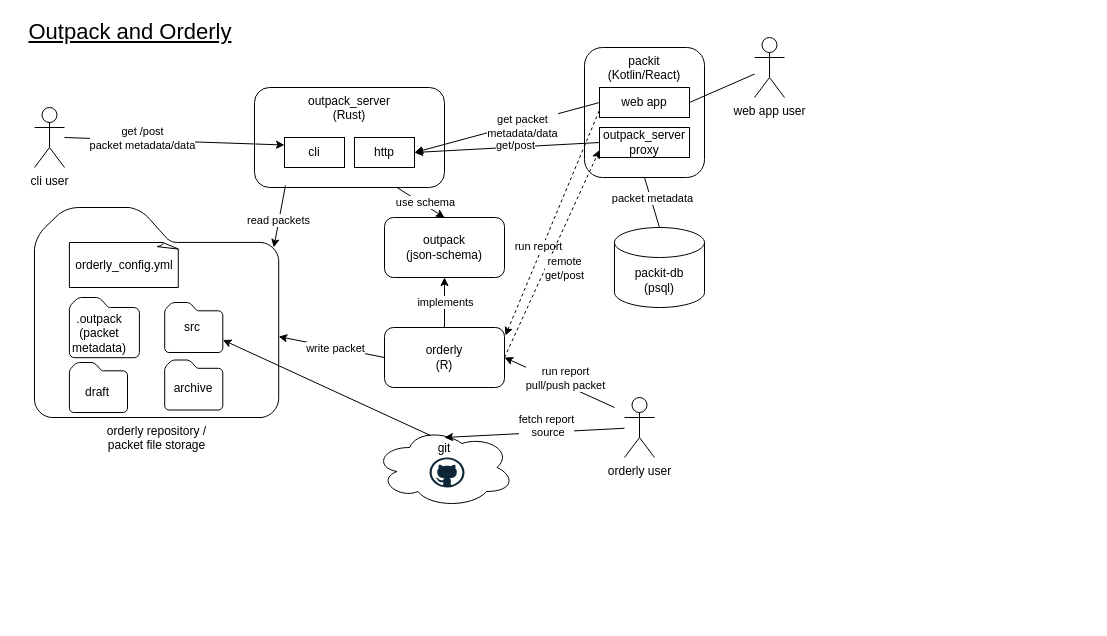
This is docs/diagrams/OutpackOrderly.drawio from mrc-ide/outpack, a draw.io file, before an edit. Source tidied: cells renumbered, new cells numbered last; positions are measured from the earlier drawing's top-left corner, leaving out a move shared by most shapes. Both pictures are drawn from the tidied source at 100%, with x=0, y=0 at pixel (16, 17).
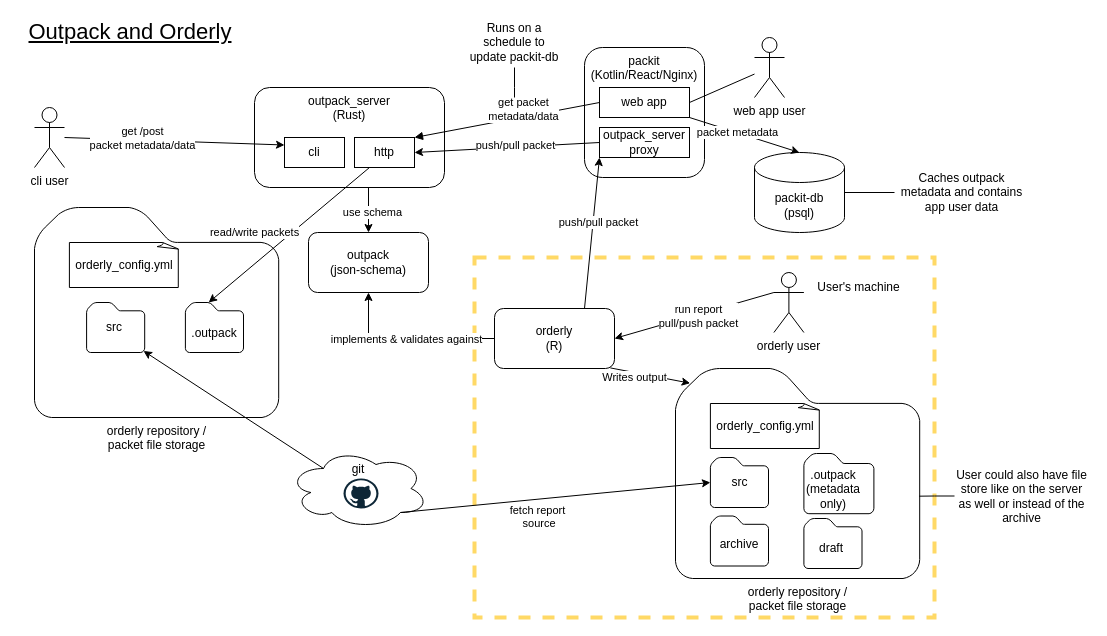
The same diagram, later.

Commit message (it also covers changes not shown here):
Iterate diagram

Unchanged cells that the change refers to:
```xml
<mxCell id="7" value="&lt;div&gt;outpack_server&lt;/div&gt;&lt;div&gt;(Rust)&lt;br&gt;&lt;/div&gt;" style="rounded=1;whiteSpace=wrap;html=1;verticalAlign=top;align=center;" parent="6" vertex="1">
  <mxGeometry width="190" height="100" as="geometry" />
</mxCell>
<mxCell id="8" value="http" style="rounded=0;whiteSpace=wrap;html=1;" parent="6" vertex="1">
  <mxGeometry x="100" y="50" width="60" height="30" as="geometry" />
</mxCell>
<mxCell id="10" value="&lt;div&gt;orderly repository /&lt;br&gt;&lt;/div&gt;&lt;div&gt;packet file storage&lt;/div&gt;" style="sketch=0;shadow=0;dashed=0;html=1;strokeColor=default;labelPosition=center;verticalLabelPosition=bottom;verticalAlign=top;align=center;fillColor=none;shape=mxgraph.mscae.enterprise.folder;" parent="1" vertex="1">
  <mxGeometry x="18" y="190" width="244.2" height="210" as="geometry" />
</mxCell>
<mxCell id="17" value="web app" style="rounded=0;whiteSpace=wrap;html=1;" parent="1" vertex="1">
  <mxGeometry x="583" y="70" width="90" height="30" as="geometry" />
</mxCell>
<mxCell id="18" value="&lt;div&gt;outpack_server&lt;/div&gt;&lt;div&gt;proxy&lt;br&gt;&lt;/div&gt;" style="rounded=0;whiteSpace=wrap;html=1;" parent="1" vertex="1">
  <mxGeometry x="583" y="110" width="90" height="30" as="geometry" />
</mxCell>
<mxCell id="19" style="endArrow=classic;html=1;rounded=0;exitX=0;exitY=0.5;exitDx=0;exitDy=0;" parent="1" edge="1" source="18">
  <mxGeometry relative="1" as="geometry">
    <mxPoint x="398" y="135" as="targetPoint" />
  </mxGeometry>
</mxCell>
<mxCell id="30" value="&lt;div align=&quot;center&quot;&gt;git&lt;/div&gt;" style="ellipse;shape=cloud;whiteSpace=wrap;html=1;align=center;verticalAlign=top;horizontal=1;spacingTop=7;" parent="29" vertex="1">
  <mxGeometry width="140" height="80" as="geometry" />
</mxCell>
```

Diff of the diagram source:
```diff
@@
+    <mxCell id="59" style="rounded=0;whiteSpace=wrap;html=1;dashed=1;strokeColor=#FFD966;strokeWidth=4;" parent="1" vertex="1">
+      <mxGeometry x="458" y="240" width="460" height="360" as="geometry" />
+    </mxCell>
-    <mxCell id="2" value="&lt;div&gt;packit&lt;/div&gt;&lt;div&gt;(Kotlin/React)&lt;br&gt;&lt;/div&gt;" style="rounded=1;whiteSpace=wrap;html=1;verticalAlign=top;align=center;" parent="1" vertex="1">
+    <mxCell id="2" value="&lt;div&gt;packit&lt;/div&gt;&lt;div&gt;(Kotlin/React/Nginx)&lt;br&gt;&lt;/div&gt;" style="rounded=1;whiteSpace=wrap;html=1;verticalAlign=top;align=center;" parent="1" vertex="1">
       <mxGeometry x="568" y="30" width="120" height="130" as="geometry" />
     </mxCell>
     <mxCell id="3" value="&lt;div&gt;packit-db&lt;/div&gt;&lt;div&gt;(psql)&lt;br&gt;&lt;/div&gt;" style="shape=cylinder3;whiteSpace=wrap;html=1;boundedLbl=1;backgroundOutline=1;size=15;" parent="1" vertex="1">
-      <mxGeometry x="598" y="210" width="90" height="80" as="geometry" />
+      <mxGeometry x="738" y="135" width="90" height="80" as="geometry" />
     </mxCell>
-    <mxCell id="4" style="endArrow=none;html=1;rounded=0;entryX=0.5;entryY=1;entryDx=0;entryDy=0;exitX=0.5;exitY=0;exitDx=0;exitDy=0;exitPerimeter=0;" parent="1" edge="1" source="3" target="2">
+    <mxCell id="4" style="endArrow=none;html=1;rounded=0;entryX=1;entryY=1;entryDx=0;entryDy=0;exitX=0.5;exitY=0;exitDx=0;exitDy=0;exitPerimeter=0;startArrow=classic;startFill=1;" parent="1" edge="1" source="3" target="17">
       <mxGeometry relative="1" as="geometry" />
     </mxCell>
@@
-    <mxCell id="11" style="endArrow=none;html=1;rounded=0;entryX=0;entryY=0.5;entryDx=0;entryDy=0;exitX=1;exitY=0.5;exitDx=0;exitDy=0;startArrow=block;startFill=1;" parent="1" edge="1" source="8" target="17">
+    <mxCell id="11" style="endArrow=none;html=1;rounded=0;entryX=0;entryY=0.5;entryDx=0;entryDy=0;exitX=1;exitY=0;exitDx=0;exitDy=0;startArrow=block;startFill=1;" parent="1" edge="1" source="8" target="17">
       <mxGeometry relative="1" as="geometry" />
     </mxCell>
     <mxCell id="12" value="&lt;div&gt;get packet&lt;/div&gt;&lt;div&gt;metadata/data&lt;br&gt;&lt;/div&gt;" style="edgeLabel;html=1;align=center;verticalAlign=middle;" parent="11" vertex="1">
       <mxGeometry x="-0.08" y="-3" relative="1" as="geometry">
-        <mxPoint x="22" y="-6" as="offset" />
+        <mxPoint x="22" y="-15" as="offset" />
       </mxGeometry>
     </mxCell>
@@
-    <mxCell id="20" value="get/post" style="edgeLabel;html=1;align=center;verticalAlign=middle;" parent="19" vertex="1">
+    <mxCell id="20" value="push/pull packet" style="edgeLabel;html=1;align=center;verticalAlign=middle;" parent="19" vertex="1">
       <mxGeometry x="-0.08" y="-2" relative="1" as="geometry" />
     </mxCell>
@@
-    <mxCell id="22" style="edgeStyle=orthogonalEdgeStyle;rounded=0;jettySize=auto;html=1;exitX=0.5;exitY=0;exitDx=0;exitDy=0;" parent="1" edge="1" source="24" target="32">
+    <mxCell id="22" style="edgeStyle=orthogonalEdgeStyle;rounded=0;jettySize=auto;html=1;exitX=0;exitY=0.5;exitDx=0;exitDy=0;" parent="1" edge="1" source="24" target="32">
       <mxGeometry relative="1" as="geometry" />
     </mxCell>
-    <mxCell id="23" value="&lt;div&gt;implements&lt;/div&gt;" style="edgeLabel;html=1;align=center;verticalAlign=middle;" parent="22" vertex="1">
+    <mxCell id="23" value="&lt;div&gt;implements &amp;amp; validates against&lt;/div&gt;" style="edgeLabel;html=1;align=center;verticalAlign=middle;" parent="22" vertex="1">
       <mxGeometry x="0.04" relative="1" as="geometry" />
     </mxCell>
     <mxCell id="24" value="&lt;div&gt;orderly&lt;/div&gt;(R)" style="rounded=1;whiteSpace=wrap;html=1;" parent="1" vertex="1">
-      <mxGeometry x="368" y="310" width="120" height="60" as="geometry" />
+      <mxGeometry x="478" y="291" width="120" height="60" as="geometry" />
     </mxCell>
-    <mxCell id="25" style="endArrow=none;html=1;rounded=0;entryX=0.75;entryY=1;entryDx=0;entryDy=0;exitX=0.5;exitY=0;exitDx=0;exitDy=0;endFill=0;startArrow=classic;startFill=1;" parent="1" edge="1" source="32" target="7">
+    <mxCell id="25" style="endArrow=none;html=1;rounded=0;entryX=0.6;entryY=1;entryDx=0;entryDy=0;exitX=0.5;exitY=0;exitDx=0;exitDy=0;endFill=0;startArrow=classic;startFill=1;entryPerimeter=0;" parent="1" edge="1" source="32" target="7">
       <mxGeometry relative="1" as="geometry" />
     </mxCell>
@@
-    <mxCell id="27" style="endArrow=classic;html=1;rounded=0;exitX=0;exitY=0.5;exitDx=0;exitDy=0;" parent="1" edge="1" source="24" target="10">
+    <mxCell id="27" style="endArrow=classic;html=1;rounded=0;exitX=0.75;exitY=0;exitDx=0;exitDy=0;entryX=0;entryY=1;entryDx=0;entryDy=0;" parent="1" edge="1" source="24" target="18">
       <mxGeometry relative="1" as="geometry" />
     </mxCell>
-    <mxCell id="28" value="&lt;div&gt;write packet&lt;/div&gt;" style="edgeLabel;html=1;align=center;verticalAlign=middle;" parent="27" vertex="1">
+    <mxCell id="28" value="&lt;div&gt;push/pull packet&lt;/div&gt;" style="edgeLabel;html=1;align=center;verticalAlign=middle;" parent="27" vertex="1">
       <mxGeometry x="0.2" y="-1" relative="1" as="geometry">
-        <mxPoint x="14" y="4" as="offset" />
+        <mxPoint x="4" y="4" as="offset" />
       </mxGeometry>
     </mxCell>
     <mxCell id="29" style="group;" parent="1" vertex="1">
-      <mxGeometry x="358" y="410" width="140" height="80" as="geometry" />
+      <mxGeometry x="272" y="431" width="140" height="80" as="geometry" />
     </mxCell>
@@
     <mxCell id="32" value="&lt;div&gt;outpack&lt;/div&gt;&lt;div&gt;(json-schema)&lt;br&gt;&lt;/div&gt;" style="rounded=1;whiteSpace=wrap;html=1;" parent="1" vertex="1">
-      <mxGeometry x="368" y="200" width="120" height="60" as="geometry" />
+      <mxGeometry x="292" y="215" width="120" height="60" as="geometry" />
     </mxCell>
-    <mxCell id="33" style="endArrow=classic;html=1;rounded=0;" parent="1" edge="1" source="44">
-      <mxGeometry relative="1" as="geometry">
-        <mxPoint x="428" y="420" as="targetPoint" />
-      </mxGeometry>
-    </mxCell>
-    <mxCell id="34" value="&lt;div&gt;fetch report&lt;/div&gt;&lt;div&gt;&amp;nbsp;source&lt;/div&gt;&lt;div&gt;&lt;br&gt;&lt;/div&gt;" style="edgeLabel;html=1;align=center;verticalAlign=middle;" parent="33" vertex="1">
-      <mxGeometry x="-0.12" relative="1" as="geometry" />
-    </mxCell>
-    <mxCell id="35" style="endArrow=classic;html=1;rounded=0;exitX=0.163;exitY=0.98;exitDx=0;exitDy=0;exitPerimeter=0;entryX=0.98;entryY=0.19;entryDx=0;entryDy=0;entryPerimeter=0;" parent="1" edge="1" source="7" target="10">
-      <mxGeometry relative="1" as="geometry" />
-    </mxCell>
-    <mxCell id="36" value="read packets" style="edgeLabel;html=1;align=center;verticalAlign=middle;" parent="35" vertex="1">
-      <mxGeometry x="0.11" y="-1" relative="1" as="geometry" />
-    </mxCell>
@@
-    <mxCell id="38" style="group;" parent="1" vertex="1">
-      <mxGeometry x="52.9" y="290" width="70" height="110" as="geometry" />
-    </mxCell>
-    <mxCell id="39" style="sketch=0;shadow=0;dashed=0;html=1;strokeColor=default;labelPosition=center;verticalLabelPosition=bottom;verticalAlign=middle;align=center;fillColor=none;shape=mxgraph.mscae.enterprise.folder;" parent="38" vertex="1">
-      <mxGeometry y="-10" width="70" height="60.2" as="geometry" />
-    </mxCell>
-    <mxCell id="40" value="&lt;div&gt;.outpack&lt;/div&gt;&lt;div&gt;(packet metadata)&lt;br&gt;&lt;/div&gt;" style="text;html=1;strokeColor=none;fillColor=none;align=center;verticalAlign=middle;whiteSpace=wrap;rounded=0;" parent="38" vertex="1">
-      <mxGeometry x="-10" y="15.8" width="80" height="20.9" as="geometry" />
-    </mxCell>
-    <mxCell id="41" style="group;" parent="38" vertex="1">
-      <mxGeometry y="55" width="65.1" height="55" as="geometry" />
-    </mxCell>
-    <mxCell id="42" style="sketch=0;shadow=0;dashed=0;html=1;strokeColor=default;labelPosition=center;verticalLabelPosition=bottom;verticalAlign=middle;align=center;fillColor=none;shape=mxgraph.mscae.enterprise.folder;" parent="41" vertex="1">
-      <mxGeometry width="58.1" height="50" as="geometry" />
-    </mxCell>
-    <mxCell id="43" value="draft" style="text;html=1;strokeColor=none;fillColor=none;align=center;verticalAlign=middle;whiteSpace=wrap;rounded=0;" parent="41" vertex="1">
-      <mxGeometry y="15.8" width="56" height="27.5" as="geometry" />
-    </mxCell>
     <mxCell id="44" value="orderly user" style="shape=umlActor;verticalLabelPosition=bottom;verticalAlign=top;html=1;outlineConnect=0;" parent="1" vertex="1">
-      <mxGeometry x="608" y="380" width="30" height="60" as="geometry" />
+      <mxGeometry x="757.4" y="255" width="30" height="60" as="geometry" />
     </mxCell>
-    <mxCell id="45" style="endArrow=none;html=1;rounded=0;exitX=1;exitY=0.5;exitDx=0;exitDy=0;endFill=0;startArrow=classic;startFill=1;" parent="1" edge="1" source="24">
-      <mxGeometry relative="1" as="geometry">
-        <mxPoint x="598" y="390" as="targetPoint" />
-      </mxGeometry>
+    <mxCell id="45" style="endArrow=none;html=1;rounded=0;exitX=1;exitY=0.5;exitDx=0;exitDy=0;endFill=0;startArrow=classic;startFill=1;entryX=0;entryY=0.3333333333333333;entryDx=0;entryDy=0;entryPerimeter=0;" parent="1" edge="1" source="24" target="44">
+      <mxGeometry relative="1" as="geometry" />
     </mxCell>
     <mxCell id="46" value="&lt;div&gt;run report&lt;/div&gt;&lt;div&gt;pull/push packet&lt;br&gt;&lt;/div&gt;" style="edgeLabel;html=1;align=center;verticalAlign=middle;" parent="45" vertex="1">
       <mxGeometry x="-0.24" y="-1" relative="1" as="geometry">
-        <mxPoint x="19" y="1" as="offset" />
+        <mxPoint x="23" y="-6" as="offset" />
       </mxGeometry>
     </mxCell>
-    <mxCell id="47" style="endArrow=none;dashed=1;html=1;rounded=0;entryX=0;entryY=0.75;entryDx=0;entryDy=0;exitX=1.008;exitY=0.133;exitDx=0;exitDy=0;exitPerimeter=0;startArrow=classic;startFill=1;" parent="1" edge="1" source="24" target="17">
-      <mxGeometry relative="1" as="geometry" />
-    </mxCell>
-    <mxCell id="48" value="run report" style="edgeLabel;html=1;align=center;verticalAlign=middle;" parent="47" vertex="1">
-      <mxGeometry x="-0.22" y="4" relative="1" as="geometry" />
-    </mxCell>
     <mxCell id="49" style="sketch=0;shadow=0;dashed=0;html=1;strokeColor=default;labelPosition=center;verticalLabelPosition=bottom;verticalAlign=middle;align=center;fillColor=none;shape=mxgraph.mscae.enterprise.folder;" parent="1" vertex="1">
-      <mxGeometry x="148.2" y="285" width="58.1" height="50" as="geometry" />
+      <mxGeometry x="70.1" y="285" width="58.1" height="50" as="geometry" />
     </mxCell>
     <mxCell id="50" value="src" style="text;html=1;strokeColor=none;fillColor=none;align=center;verticalAlign=middle;whiteSpace=wrap;rounded=0;" parent="1" vertex="1">
-      <mxGeometry x="146.2" y="297.5" width="60.2" height="25" as="geometry" />
+      <mxGeometry x="68" y="297.5" width="60.2" height="25" as="geometry" />
     </mxCell>
-    <mxCell id="51" style="group;" parent="1" vertex="1">
-      <mxGeometry x="168.2" y="335" width="69.8" height="60" as="geometry" />
-    </mxCell>
+    <mxCell id="55" value="Outpack and Orderly" style="text;html=1;strokeColor=none;fillColor=none;align=center;verticalAlign=middle;whiteSpace=wrap;rounded=0;fontSize=22;fontStyle=4;" parent="1" vertex="1">
+      <mxGeometry x="0.1" width="227.9" height="30" as="geometry" />
+    </mxCell>
+    <mxCell id="58" style="endArrow=classic;html=1;rounded=0;entryX=0.98;entryY=0.97;entryDx=0;entryDy=0;exitX=0.25;exitY=0.25;exitDx=0;exitDy=0;exitPerimeter=0;entryPerimeter=0;" parent="1" edge="1" source="30" target="49">
+      <mxGeometry relative="1" as="geometry" />
+    </mxCell>
+    <mxCell id="60" value="&lt;div&gt;orderly repository /&lt;br&gt;&lt;/div&gt;&lt;div&gt;packet file storage&lt;/div&gt;" style="sketch=0;shadow=0;dashed=0;html=1;strokeColor=default;labelPosition=center;verticalLabelPosition=bottom;verticalAlign=top;align=center;fillColor=none;shape=mxgraph.mscae.enterprise.folder;" parent="1" vertex="1">
+      <mxGeometry x="659" y="351" width="244.2" height="210" as="geometry" />
+    </mxCell>
+    <mxCell id="61" value="orderly_config.yml" style="whiteSpace=wrap;html=1;shape=mxgraph.basic.document;" parent="1" vertex="1">
+      <mxGeometry x="693.9" y="386" width="110" height="45" as="geometry" />
+    </mxCell>
+    <mxCell id="62" style="group;" parent="1" vertex="1">
+      <mxGeometry x="787.4" y="446" width="70" height="110" as="geometry" />
+    </mxCell>
+    <mxCell id="63" style="sketch=0;shadow=0;dashed=0;html=1;strokeColor=default;labelPosition=center;verticalLabelPosition=bottom;verticalAlign=middle;align=center;fillColor=none;shape=mxgraph.mscae.enterprise.folder;" parent="62" vertex="1">
+      <mxGeometry y="-10" width="70" height="60.2" as="geometry" />
+    </mxCell>
+    <mxCell id="64" value="&lt;div&gt;.outpack&lt;/div&gt;&lt;div&gt;(metadata only)&lt;br&gt;&lt;/div&gt;" style="text;html=1;strokeColor=none;fillColor=none;align=center;verticalAlign=middle;whiteSpace=wrap;rounded=0;" parent="62" vertex="1">
+      <mxGeometry x="-10" y="15.8" width="80" height="20.9" as="geometry" />
+    </mxCell>
+    <mxCell id="41" style="group;" parent="62" vertex="1">
+      <mxGeometry y="55" width="65.1" height="55" as="geometry" />
+    </mxCell>
+    <mxCell id="65" style="sketch=0;shadow=0;dashed=0;html=1;strokeColor=default;labelPosition=center;verticalLabelPosition=bottom;verticalAlign=middle;align=center;fillColor=none;shape=mxgraph.mscae.enterprise.folder;" parent="41" vertex="1">
+      <mxGeometry width="58.1" height="50" as="geometry" />
+    </mxCell>
+    <mxCell id="43" value="draft" style="text;html=1;strokeColor=none;fillColor=none;align=center;verticalAlign=middle;whiteSpace=wrap;rounded=0;" parent="41" vertex="1">
+      <mxGeometry y="15.8" width="56" height="27.5" as="geometry" />
+    </mxCell>
+    <mxCell id="66" value="src" style="sketch=0;shadow=0;dashed=0;html=1;strokeColor=default;labelPosition=center;verticalLabelPosition=middle;verticalAlign=middle;align=center;fillColor=none;shape=mxgraph.mscae.enterprise.folder;" parent="1" vertex="1">
+      <mxGeometry x="693.9" y="440" width="58.1" height="50" as="geometry" />
+    </mxCell>
+    <mxCell id="67" style="group;" parent="1" vertex="1">
+      <mxGeometry x="713.9" y="491" width="69.8" height="60" as="geometry" />
+    </mxCell>
-    <mxCell id="52" style="group;" parent="51" vertex="1">
+    <mxCell id="52" style="group;" parent="67" vertex="1">
       <mxGeometry x="-20" y="7.5" width="58.1" height="50" as="geometry" />
     </mxCell>
-    <mxCell id="53" style="sketch=0;shadow=0;dashed=0;html=1;strokeColor=default;labelPosition=center;verticalLabelPosition=bottom;verticalAlign=middle;align=center;fillColor=none;shape=mxgraph.mscae.enterprise.folder;" parent="52" vertex="1">
-      <mxGeometry width="58.1" height="50" as="geometry" />
-    </mxCell>
+    <mxCell id="68" style="sketch=0;shadow=0;dashed=0;html=1;strokeColor=default;labelPosition=center;verticalLabelPosition=bottom;verticalAlign=middle;align=center;fillColor=none;shape=mxgraph.mscae.enterprise.folder;" parent="52" vertex="1">
+      <mxGeometry width="58.1" height="50" as="geometry" />
+    </mxCell>
@@
-    <mxCell id="55" value="Outpack and Orderly" style="text;html=1;strokeColor=none;fillColor=none;align=center;verticalAlign=middle;whiteSpace=wrap;rounded=0;fontSize=22;fontStyle=4;" parent="1" vertex="1">
-      <mxGeometry x="0.1" width="227.9" height="30" as="geometry" />
-    </mxCell>
-    <mxCell id="56" style="endArrow=classic;dashed=1;html=1;rounded=0;entryX=0;entryY=0.75;entryDx=0;entryDy=0;exitX=1;exitY=0.5;exitDx=0;exitDy=0;endFill=1;" parent="1" edge="1" source="24" target="18">
-      <mxGeometry relative="1" as="geometry" />
-    </mxCell>
-    <mxCell id="57" value="&lt;div&gt;remote&lt;br&gt;&lt;/div&gt;&lt;div&gt;get/post&lt;/div&gt;" style="edgeLabel;html=1;align=center;verticalAlign=middle;" parent="56" vertex="1">
-      <mxGeometry x="-0.02" relative="1" as="geometry">
-        <mxPoint x="13" y="12" as="offset" />
-      </mxGeometry>
-    </mxCell>
-    <mxCell id="58" style="endArrow=classic;html=1;rounded=0;entryX=1;entryY=1;entryDx=0;entryDy=0;exitX=0.4;exitY=0.1;exitDx=0;exitDy=0;exitPerimeter=0;" parent="1" edge="1" source="30" target="50">
-      <mxGeometry relative="1" as="geometry" />
-    </mxCell>
+    <mxCell id="39" style="sketch=0;shadow=0;dashed=0;html=1;strokeColor=default;labelPosition=center;verticalLabelPosition=bottom;verticalAlign=middle;align=center;fillColor=none;shape=mxgraph.mscae.enterprise.folder;" parent="1" vertex="1">
+      <mxGeometry x="168.9" y="285" width="58.1" height="50" as="geometry" />
+    </mxCell>
+    <mxCell id="40" value="&lt;div&gt;.outpack&lt;/div&gt;" style="text;html=1;strokeColor=none;fillColor=none;align=center;verticalAlign=middle;whiteSpace=wrap;rounded=0;" parent="1" vertex="1">
+      <mxGeometry x="158" y="306" width="80" height="20.9" as="geometry" />
+    </mxCell>
+    <mxCell id="69" value="Writes output" style="endArrow=classic;html=1;rounded=0;exitX=0.965;exitY=0.99;exitDx=0;exitDy=0;exitPerimeter=0;entryX=0.06;entryY=0.07;entryDx=0;entryDy=0;entryPerimeter=0;" parent="1" edge="1" source="24" target="60">
+      <mxGeometry x="-0.37" y="-5" relative="1" as="geometry" />
+    </mxCell>
+    <mxCell id="70" style="endArrow=classic;html=1;rounded=0;entryX=0;entryY=0.5;entryDx=0;entryDy=0;entryPerimeter=0;exitX=0.8;exitY=0.8;exitDx=0;exitDy=0;exitPerimeter=0;" parent="1" edge="1" source="30" target="66">
+      <mxGeometry relative="1" as="geometry" />
+    </mxCell>
+    <mxCell id="34" value="&lt;div&gt;fetch report&lt;/div&gt;&lt;div&gt;&amp;nbsp;source&lt;/div&gt;&lt;div&gt;&lt;br&gt;&lt;/div&gt;" style="edgeLabel;html=1;align=center;verticalAlign=middle;" parent="70" vertex="1">
+      <mxGeometry x="-0.12" relative="1" as="geometry">
+        <mxPoint y="24" as="offset" />
+      </mxGeometry>
+    </mxCell>
+    <mxCell id="71" style="endArrow=classic;html=1;rounded=0;exitX=0.25;exitY=1;exitDx=0;exitDy=0;entryX=0.4;entryY=0;entryDx=0;entryDy=0;entryPerimeter=0;" parent="1" edge="1" source="8" target="39">
+      <mxGeometry relative="1" as="geometry" />
+    </mxCell>
+    <mxCell id="72" value="read/write packets" style="edgeLabel;html=1;align=center;verticalAlign=middle;" parent="71" vertex="1">
+      <mxGeometry x="0.11" y="-1" relative="1" as="geometry">
+        <mxPoint x="-25" y="-10" as="offset" />
+      </mxGeometry>
+    </mxCell>
+    <mxCell id="73" value="User's machine" style="text;html=1;strokeColor=none;fillColor=none;align=center;verticalAlign=middle;whiteSpace=wrap;rounded=0;" parent="1" vertex="1">
+      <mxGeometry x="787.4" y="255" width="110.6" height="30" as="geometry" />
+    </mxCell>
+    <mxCell id="74" style="edgeStyle=orthogonalEdgeStyle;rounded=0;jettySize=auto;html=1;entryX=1;entryY=0.5;entryDx=0;entryDy=0;entryPerimeter=0;endArrow=none;endFill=0;" parent="1" edge="1" source="75" target="3">
+      <mxGeometry relative="1" as="geometry" />
+    </mxCell>
+    <mxCell id="75" value="Caches outpack metadata and contains app user data" style="text;html=1;strokeColor=none;fillColor=none;align=center;verticalAlign=middle;whiteSpace=wrap;rounded=0;" parent="1" vertex="1">
+      <mxGeometry x="878" y="142.5" width="134.8" height="65" as="geometry" />
+    </mxCell>
+    <mxCell id="76" style="edgeStyle=orthogonalEdgeStyle;rounded=0;jettySize=auto;html=1;entryX=0.998;entryY=0.608;entryDx=0;entryDy=0;entryPerimeter=0;endArrow=none;endFill=0;" parent="1" edge="1" source="77" target="60">
+      <mxGeometry relative="1" as="geometry" />
+    </mxCell>
+    <mxCell id="77" value="User could also have file store like on the server as well or instead of the archive" style="text;html=1;strokeColor=none;fillColor=none;align=center;verticalAlign=middle;whiteSpace=wrap;rounded=0;" parent="1" vertex="1">
+      <mxGeometry x="938" y="446" width="134.8" height="65" as="geometry" />
+    </mxCell>
+    <mxCell id="78" style="edgeStyle=orthogonalEdgeStyle;rounded=0;jettySize=auto;html=1;endArrow=none;endFill=0;" parent="1" edge="1" source="79">
+      <mxGeometry relative="1" as="geometry">
+        <mxPoint x="498" y="80" as="targetPoint" />
+      </mxGeometry>
+    </mxCell>
+    <mxCell id="79" value="Runs on a schedule to update packit-db" style="text;html=1;strokeColor=none;fillColor=none;align=center;verticalAlign=middle;whiteSpace=wrap;rounded=0;" parent="1" vertex="1">
+      <mxGeometry x="448" width="100" height="50" as="geometry" />
+    </mxCell>
```
